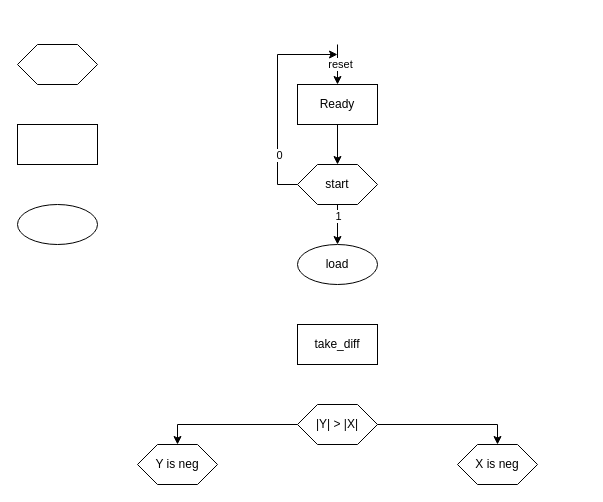
Before: desc/ghost_behavior.drawio in lspaya05/PacMan-FPGA, a draw.io diagram. Source tidied: cells renumbered, new cells numbered last; positions are measured from the earlier drawing's top-left corner, leaving out a move shared by most shapes. Both pictures are drawn from the tidied source at 100%, with x=0, y=0 at pixel (17, 44).
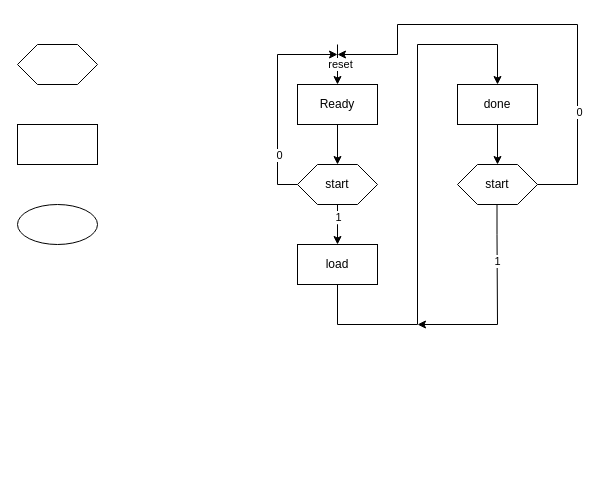
Above is the later version.

The change refers to these unchanged cells:
```xml
<mxCell id="13" value="start" style="shape=hexagon;perimeter=hexagonPerimeter2;whiteSpace=wrap;html=1;fixedSize=1;" parent="1" vertex="1">
  <mxGeometry x="280" y="120" width="80" height="40" as="geometry" />
</mxCell>
```

What changed in the source:
```diff
@@
-    <mxCell id="11" style="edgeStyle=orthogonalEdgeStyle;rounded=0;jettySize=auto;html=1;exitX=0.5;exitY=1;exitDx=0;exitDy=0;entryX=0.5;entryY=0;entryDx=0;entryDy=0;" parent="1" edge="1" source="13" target="14">
-      <mxGeometry relative="1" as="geometry" />
+    <mxCell id="11" style="edgeStyle=orthogonalEdgeStyle;rounded=0;jettySize=auto;html=1;exitX=0.5;exitY=1;exitDx=0;exitDy=0;entryX=0.5;entryY=0;entryDx=0;entryDy=0;" parent="1" edge="1" source="13">
+      <mxGeometry relative="1" as="geometry">
+        <mxPoint x="320" y="200" as="targetPoint" />
+      </mxGeometry>
     </mxCell>
@@
+    <mxCell id="21" style="edgeStyle=orthogonalEdgeStyle;rounded=0;jettySize=auto;html=1;exitX=0.5;exitY=1;exitDx=0;exitDy=0;entryX=0.5;entryY=0;entryDx=0;entryDy=0;" parent="1" edge="1" source="14" target="23">
+      <mxGeometry relative="1" as="geometry">
+        <Array as="points">
+          <mxPoint x="320" y="280" />
+          <mxPoint x="400" y="280" />
+          <mxPoint x="400" />
+          <mxPoint x="480" />
+        </Array>
+      </mxGeometry>
+    </mxCell>
-    <mxCell id="14" value="load" style="ellipse;whiteSpace=wrap;html=1;" parent="1" vertex="1">
+    <mxCell id="14" value="load" style="rounded=0;whiteSpace=wrap;html=1;" parent="1" vertex="1">
       <mxGeometry x="280" y="200" width="80" height="40" as="geometry" />
     </mxCell>
-    <mxCell id="15" value="take_diff" style="rounded=0;whiteSpace=wrap;html=1;" parent="1" vertex="1">
-      <mxGeometry x="280" y="280" width="80" height="40" as="geometry" />
-    </mxCell>
-    <mxCell id="16" style="edgeStyle=orthogonalEdgeStyle;rounded=0;jettySize=auto;html=1;entryX=0.5;entryY=0;entryDx=0;entryDy=0;" parent="1" edge="1" source="17" target="19">
-      <mxGeometry relative="1" as="geometry">
-        <Array as="points">
-          <mxPoint x="160" y="380" />
-        </Array>
-      </mxGeometry>
-    </mxCell>
-    <mxCell id="17" value="|Y| &amp;gt; |X|" style="shape=hexagon;perimeter=hexagonPerimeter2;whiteSpace=wrap;html=1;fixedSize=1;" parent="1" vertex="1">
-      <mxGeometry x="280" y="360" width="80" height="40" as="geometry" />
-    </mxCell>
-    <mxCell id="18" value="X is neg" style="shape=hexagon;perimeter=hexagonPerimeter2;whiteSpace=wrap;html=1;fixedSize=1;" parent="1" vertex="1">
-      <mxGeometry x="440" y="400" width="80" height="40" as="geometry" />
-    </mxCell>
-    <mxCell id="19" value="Y is neg" style="shape=hexagon;perimeter=hexagonPerimeter2;whiteSpace=wrap;html=1;fixedSize=1;" parent="1" vertex="1">
-      <mxGeometry x="120" y="400" width="80" height="40" as="geometry" />
-    </mxCell>
-    <mxCell id="20" style="edgeStyle=orthogonalEdgeStyle;rounded=0;jettySize=auto;html=1;exitX=1;exitY=0.5;exitDx=0;exitDy=0;entryX=0.5;entryY=0;entryDx=0;entryDy=0;" parent="1" edge="1" source="17" target="18">
-      <mxGeometry relative="1" as="geometry" />
-    </mxCell>
+    <mxCell id="22" style="edgeStyle=orthogonalEdgeStyle;rounded=0;jettySize=auto;html=1;exitX=0.5;exitY=1;exitDx=0;exitDy=0;entryX=0.5;entryY=0;entryDx=0;entryDy=0;" parent="1" edge="1" source="23" target="24">
+      <mxGeometry relative="1" as="geometry" />
+    </mxCell>
+    <mxCell id="23" value="done" style="rounded=0;whiteSpace=wrap;html=1;" parent="1" vertex="1">
+      <mxGeometry x="440" y="40" width="80" height="40" as="geometry" />
+    </mxCell>
+    <mxCell id="24" value="start" style="shape=hexagon;perimeter=hexagonPerimeter2;whiteSpace=wrap;html=1;fixedSize=1;size=20;" parent="1" vertex="1">
+      <mxGeometry x="440" y="120" width="80" height="40" as="geometry" />
+    </mxCell>
+    <mxCell id="25" style="edgeStyle=orthogonalEdgeStyle;rounded=0;orthogonalLoop=1;jettySize=auto;html=1;exitX=0.5;exitY=1;exitDx=0;exitDy=0;" parent="1" edge="1">
+      <mxGeometry relative="1" as="geometry">
+        <mxPoint x="479.5" y="160" as="sourcePoint" />
+        <mxPoint x="400" y="280" as="targetPoint" />
+        <Array as="points">
+          <mxPoint x="480" y="190" />
+          <mxPoint x="480" y="190" />
+          <mxPoint x="480" y="280" />
+        </Array>
+      </mxGeometry>
+    </mxCell>
+    <mxCell id="26" value="1" style="edgeLabel;html=1;align=center;verticalAlign=middle;" parent="25" vertex="1">
+      <mxGeometry x="-0.43" relative="1" as="geometry" />
+    </mxCell>
+    <mxCell id="27" style="edgeStyle=orthogonalEdgeStyle;rounded=0;jettySize=auto;html=1;exitX=1;exitY=0.5;exitDx=0;exitDy=0;align=center;" parent="1" edge="1" source="24">
+      <mxGeometry relative="1" as="geometry">
+        <mxPoint x="320" y="10" as="targetPoint" />
+        <Array as="points">
+          <mxPoint x="560" y="140" />
+          <mxPoint x="560" y="-20" />
+          <mxPoint x="380" y="-20" />
+        </Array>
+      </mxGeometry>
+    </mxCell>
+    <mxCell id="28" value="0" style="edgeLabel;html=1;align=center;verticalAlign=middle;" parent="27" vertex="1">
+      <mxGeometry x="-0.52" y="-1" relative="1" as="geometry" />
+    </mxCell>
```
